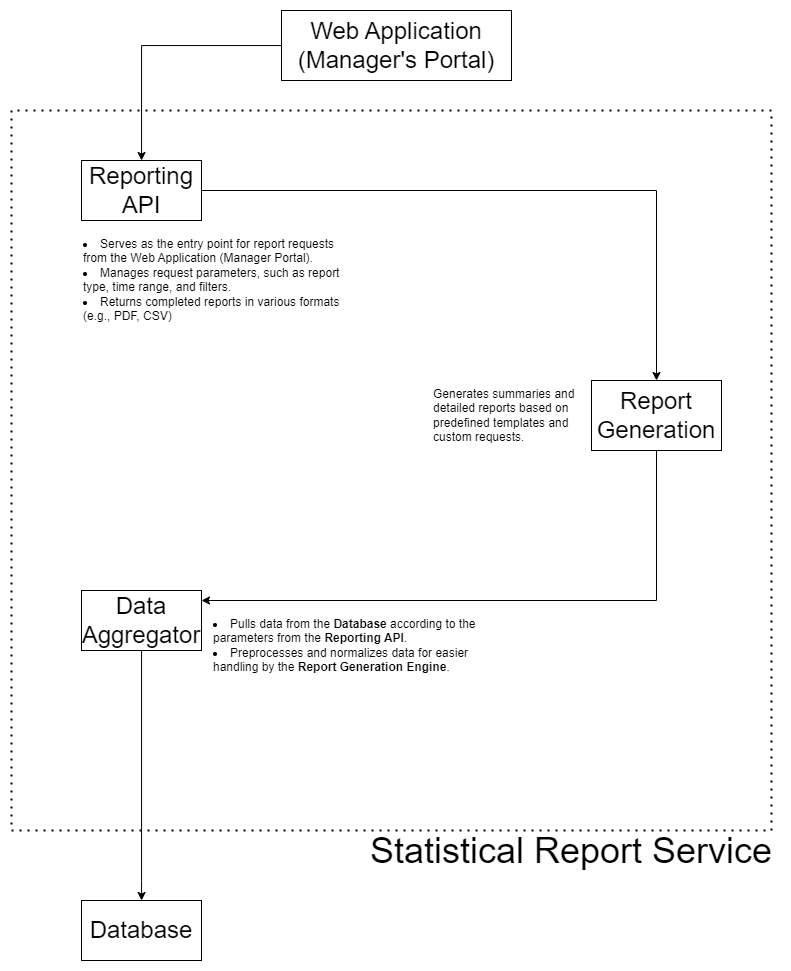
The draw.io diagram C4 Model/L3 Diagram - Statistical Reporting Service.png in Metalystn/Exam-repository, before a commit. Source tidied: cells renumbered, new cells last; positions are measured from the earlier drawing's top-left corner, leaving out a move shared by most shapes.
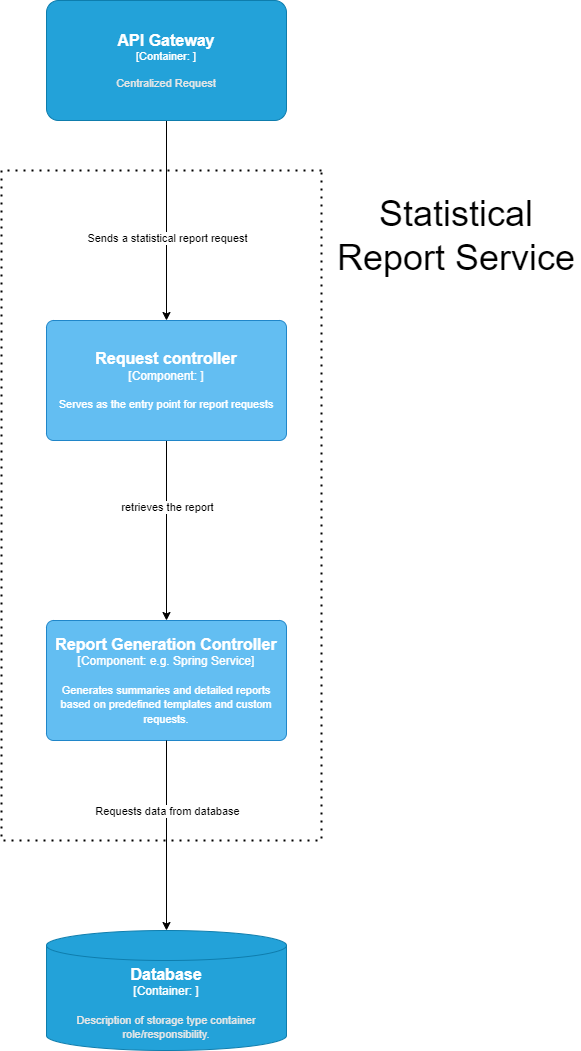
After the change.

Change to the diagram source:
```diff
@@ -2,63 +2,63 @@
   <root>
     <mxCell id="0" />
     <mxCell id="1" parent="0" />
-    <mxCell id="2" style="edgeStyle=orthogonalEdgeStyle;rounded=0;jettySize=auto;html=1;" parent="1" edge="1" source="3" target="11">
-      <mxGeometry relative="1" as="geometry" />
-    </mxCell>
-    <mxCell id="3" value="&lt;font style=&quot;font-size: 24px;&quot;&gt;Web Application (Manager's Portal)&lt;/font&gt;" style="rounded=0;whiteSpace=wrap;html=1;" parent="1" vertex="1">
-      <mxGeometry x="270" width="230" height="70" as="geometry" />
-    </mxCell>
     <mxCell id="4" style="endArrow=none;dashed=1;html=1;dashPattern=1 3;strokeWidth=2;rounded=0;" parent="1" edge="1">
       <mxGeometry relative="1" as="geometry">
-        <mxPoint x="760" y="100" as="sourcePoint" />
-        <mxPoint x="760" y="100" as="targetPoint" />
+        <mxPoint x="340" y="810" as="sourcePoint" />
+        <mxPoint x="340" y="810" as="targetPoint" />
         <Array as="points">
-          <mxPoint y="100" />
-          <mxPoint y="820" />
-          <mxPoint x="760" y="820" />
+          <mxPoint x="20" y="810" />
+          <mxPoint x="20" y="1480" />
+          <mxPoint x="340" y="1480" />
         </Array>
       </mxGeometry>
     </mxCell>
-    <mxCell id="5" value="&lt;font style=&quot;font-size: 24px;&quot;&gt;Database&lt;/font&gt;" style="rounded=0;whiteSpace=wrap;html=1;" parent="1" vertex="1">
-      <mxGeometry x="70" y="890" width="120" height="60" as="geometry" />
-    </mxCell>
-    <mxCell id="6" style="edgeStyle=orthogonalEdgeStyle;rounded=0;jettySize=auto;html=1;" parent="1" edge="1" source="7" target="9">
-      <mxGeometry relative="1" as="geometry">
-        <Array as="points">
-          <mxPoint x="645" y="590" />
-        </Array>
-      </mxGeometry>
-    </mxCell>
-    <mxCell id="7" value="&lt;font style=&quot;font-size: 24px;&quot;&gt;Report Generation&lt;/font&gt;" style="rounded=0;whiteSpace=wrap;html=1;" parent="1" vertex="1">
-      <mxGeometry x="580" y="370" width="130" height="70" as="geometry" />
-    </mxCell>
-    <mxCell id="8" style="edgeStyle=orthogonalEdgeStyle;rounded=0;jettySize=auto;html=1;" parent="1" edge="1" source="9" target="5">
-      <mxGeometry relative="1" as="geometry">
-        <Array as="points">
-          <mxPoint x="130" y="870" />
-        </Array>
-      </mxGeometry>
-    </mxCell>
-    <mxCell id="9" value="&lt;font style=&quot;font-size: 24px;&quot;&gt;Data Aggregator&lt;/font&gt;" style="rounded=0;whiteSpace=wrap;html=1;" parent="1" vertex="1">
-      <mxGeometry x="70" y="580" width="120" height="60" as="geometry" />
-    </mxCell>
-    <mxCell id="10" style="edgeStyle=orthogonalEdgeStyle;rounded=0;jettySize=auto;html=1;" parent="1" edge="1" source="11" target="7">
-      <mxGeometry relative="1" as="geometry" />
-    </mxCell>
-    <mxCell id="11" value="&lt;font style=&quot;font-size: 24px;&quot;&gt;Reporting API&lt;/font&gt;" style="rounded=0;whiteSpace=wrap;html=1;" parent="1" vertex="1">
-      <mxGeometry x="70" y="150" width="120" height="60" as="geometry" />
-    </mxCell>
-    <mxCell id="12" value="&lt;li&gt;Serves as the entry point for report requests from the Web Application (Manager Portal).&lt;/li&gt;&lt;li&gt;Manages request parameters, such as report type, time range, and filters.&lt;/li&gt;&lt;li&gt;Returns completed reports in various formats (e.g., PDF, CSV)&lt;/li&gt;" style="text;whiteSpace=wrap;html=1;" parent="1" vertex="1">
-      <mxGeometry x="70" y="220" width="270" height="100" as="geometry" />
-    </mxCell>
-    <mxCell id="13" value="Generates summaries and detailed reports based on predefined templates and custom requests." style="text;whiteSpace=wrap;html=1;" parent="1" vertex="1">
-      <mxGeometry x="420" y="370" width="150" height="80" as="geometry" />
-    </mxCell>
-    <mxCell id="14" value="&lt;li&gt;Pulls data from the &lt;strong&gt;Database&lt;/strong&gt;&amp;nbsp;according to the parameters from the &lt;b&gt;Reporting API&lt;/b&gt;.&lt;/li&gt;&lt;li&gt;Preprocesses and normalizes data for easier handling by the &lt;strong&gt;Report Generation Engine&lt;/strong&gt;.&lt;/li&gt;" style="text;whiteSpace=wrap;html=1;" parent="1" vertex="1">
-      <mxGeometry x="200" y="600" width="290" height="70" as="geometry" />
-    </mxCell>
     <mxCell id="15" value="&lt;span style=&quot;font-size: 36px;&quot;&gt;Statistical Report Service&lt;/span&gt;" style="text;html=1;align=center;verticalAlign=middle;whiteSpace=wrap;rounded=0;" parent="1" vertex="1">
-      <mxGeometry x="350" y="820" width="420" height="40" as="geometry" />
+      <mxGeometry x="350" y="820" width="250" height="110" as="geometry" />
     </mxCell>
+    <mxCell id="16" style="edgeStyle=orthogonalEdgeStyle;rounded=0;jettySize=auto;html=1;" parent="1" edge="1" source="18" target="21">
+      <mxGeometry relative="1" as="geometry" />
+    </mxCell>
+    <mxCell id="17" value="Sends a statistical report request" style="edgeLabel;html=1;align=center;verticalAlign=middle;" parent="16" vertex="1">
+      <mxGeometry x="-0.24" y="1" relative="1" as="geometry">
+        <mxPoint x="-1" y="41" as="offset" />
+      </mxGeometry>
+    </mxCell>
+    <object id="18" label="&lt;font style=&quot;font-size: 16px&quot;&gt;&lt;b&gt;%c4Name%&lt;/b&gt;&lt;/font&gt;&lt;div&gt;[%c4Type%: %c4Technology%]&lt;/div&gt;&lt;br&gt;&lt;div&gt;&lt;font style=&quot;font-size: 11px&quot;&gt;&lt;font color=&quot;#E6E6E6&quot;&gt;%c4Description%&lt;/font&gt;&lt;/div&gt;" c4Description="Centralized Request" c4Name="API Gateway" c4Technology="" c4Type="Container" placeholders="1">
+      <mxCell style="rounded=1;whiteSpace=wrap;html=1;fontSize=11;labelBackgroundColor=none;fillColor=#23A2D9;fontColor=#ffffff;align=center;arcSize=10;strokeColor=#0E7DAD;points=[[0.25,0,0],[0.5,0,0],[0.75,0,0],[1,0.25,0],[1,0.5,0],[1,0.75,0],[0.75,1,0],[0.5,1,0],[0.25,1,0],[0,0.75,0],[0,0.5,0],[0,0.25,0]];" parent="1" vertex="1">
+        <mxGeometry x="65" y="640" width="240" height="120" as="geometry" />
+      </mxCell>
+    </object>
+    <mxCell id="19" style="edgeStyle=orthogonalEdgeStyle;rounded=0;jettySize=auto;html=1;" parent="1" edge="1" source="21" target="22">
+      <mxGeometry relative="1" as="geometry" />
+    </mxCell>
+    <mxCell id="20" value="retrieves the report" style="edgeLabel;html=1;align=center;verticalAlign=middle;" parent="19" vertex="1">
+      <mxGeometry x="-0.34" y="-3" relative="1" as="geometry">
+        <mxPoint x="3" y="7" as="offset" />
+      </mxGeometry>
+    </mxCell>
+    <object id="21" label="&lt;font style=&quot;font-size: 16px&quot;&gt;&lt;b&gt;%c4Name%&lt;/b&gt;&lt;/font&gt;&lt;div&gt;[%c4Type%: %c4Technology%]&lt;/div&gt;&lt;br&gt;&lt;div&gt;&lt;font style=&quot;font-size: 11px&quot;&gt;%c4Description%&lt;/font&gt;&lt;/div&gt;" c4Description="Serves as the entry point for report requests" c4Name="Request controller" c4Technology="" c4Type="Component" placeholders="1">
+      <mxCell style="rounded=1;whiteSpace=wrap;html=1;labelBackgroundColor=none;fillColor=#63BEF2;fontColor=#ffffff;align=center;arcSize=6;strokeColor=#2086C9;points=[[0.25,0,0],[0.5,0,0],[0.75,0,0],[1,0.25,0],[1,0.5,0],[1,0.75,0],[0.75,1,0],[0.5,1,0],[0.25,1,0],[0,0.75,0],[0,0.5,0],[0,0.25,0]];" parent="1" vertex="1">
+        <mxGeometry x="65" y="960" width="240" height="120" as="geometry" />
+      </mxCell>
+    </object>
+    <object id="22" label="&lt;font style=&quot;font-size: 16px&quot;&gt;&lt;b&gt;%c4Name%&lt;/b&gt;&lt;/font&gt;&lt;div&gt;[%c4Type%: %c4Technology%]&lt;/div&gt;&lt;br&gt;&lt;div&gt;&lt;font style=&quot;font-size: 11px&quot;&gt;%c4Description%&lt;/font&gt;&lt;/div&gt;" c4Description="Generates summaries and detailed reports based on predefined templates and custom requests." c4Name="Report Generation Controller" c4Technology="e.g. Spring Service" c4Type="Component" placeholders="1">
+      <mxCell style="rounded=1;whiteSpace=wrap;html=1;labelBackgroundColor=none;fillColor=#63BEF2;fontColor=#ffffff;align=center;arcSize=6;strokeColor=#2086C9;points=[[0.25,0,0],[0.5,0,0],[0.75,0,0],[1,0.25,0],[1,0.5,0],[1,0.75,0],[0.75,1,0],[0.5,1,0],[0.25,1,0],[0,0.75,0],[0,0.5,0],[0,0.25,0]];" parent="1" vertex="1">
+        <mxGeometry x="65" y="1260" width="240" height="120" as="geometry" />
+      </mxCell>
+    </object>
+    <mxCell id="23" style="edgeStyle=orthogonalEdgeStyle;rounded=0;jettySize=auto;html=1;exitX=0.5;exitY=1;exitDx=0;exitDy=0;exitPerimeter=0;" parent="1" edge="1" source="22" target="25">
+      <mxGeometry relative="1" as="geometry" />
+    </mxCell>
+    <mxCell id="24" value="Requests data from database" style="edgeLabel;html=1;align=center;verticalAlign=middle;" parent="23" vertex="1">
+      <mxGeometry x="-0.62" y="3" relative="1" as="geometry">
+        <mxPoint x="-3" y="34" as="offset" />
+      </mxGeometry>
+    </mxCell>
+    <object id="25" label="&lt;font style=&quot;font-size: 16px&quot;&gt;&lt;b&gt;%c4Name%&lt;/b&gt;&lt;/font&gt;&lt;div&gt;[%c4Type%:&amp;nbsp;%c4Technology%]&lt;/div&gt;&lt;br&gt;&lt;div&gt;&lt;font style=&quot;font-size: 11px&quot;&gt;&lt;font color=&quot;#E6E6E6&quot;&gt;%c4Description%&lt;/font&gt;&lt;/div&gt;" c4Description="Description of storage type container role/responsibility." c4Name="Database" c4Technology="" c4Type="Container" placeholders="1">
+      <mxCell style="shape=cylinder3;size=15;whiteSpace=wrap;html=1;boundedLbl=1;rounded=0;labelBackgroundColor=none;fillColor=#23A2D9;fontSize=12;fontColor=#ffffff;align=center;strokeColor=#0E7DAD;points=[[0.5,0,0],[1,0.25,0],[1,0.5,0],[1,0.75,0],[0.5,1,0],[0,0.75,0],[0,0.5,0],[0,0.25,0]];" parent="1" vertex="1">
+        <mxGeometry x="65" y="1570" width="240" height="120" as="geometry" />
+      </mxCell>
+    </object>
   </root>
 </mxGraphModel>
```
